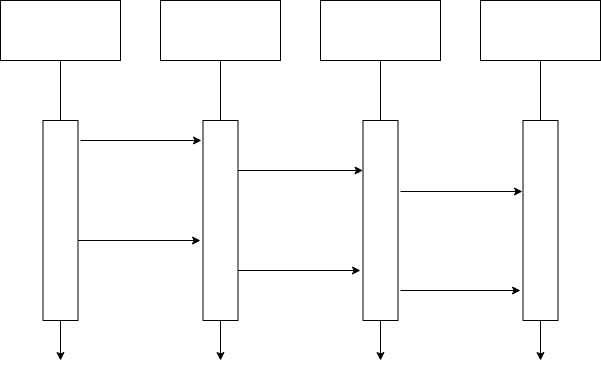
Before: Sequence Diagram.drawio.png, a diagram exported from draw.io (ThenmozhiBalasubramanian/mcaProjectDiagram). Source tidied: cells renumbered, new cells last; positions are measured from the earlier drawing's top-left corner, leaving out a move shared by most shapes.
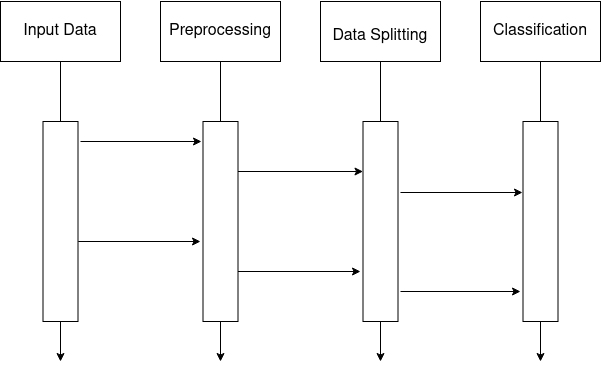
Later version of the same file.

What changed in the source:
```diff
@@ -1,4 +1,4 @@
-<mxGraphModel>
+<mxGraphModel background="#FFFFFF">
   <root>
     <mxCell id="0" />
     <mxCell id="1" parent="0" />
@@ -90,5 +90,17 @@
     <mxCell id="23" style="endArrow=none;html=1;rounded=0;exitX=0.5;exitY=0;exitDx=0;exitDy=0;entryX=0.5;entryY=1;entryDx=0;entryDy=0;" parent="1" edge="1" source="9" target="5">
       <mxGeometry relative="1" as="geometry" />
     </mxCell>
+    <mxCell id="24" value="&lt;h4&gt;&lt;font size=&quot;1&quot;&gt;&lt;span style=&quot;font-weight: normal; font-size: 16px;&quot;&gt;Classification&lt;/span&gt;&lt;/font&gt;&lt;/h4&gt;" style="text;html=1;strokeColor=none;fillColor=none;align=center;verticalAlign=middle;whiteSpace=wrap;rounded=0;" parent="1" vertex="1">
+      <mxGeometry x="510" y="15" width="60" height="30" as="geometry" />
+    </mxCell>
+    <mxCell id="25" value="&lt;h4 style=&quot;font-size: 16px;&quot;&gt;&lt;font style=&quot;font-size: 16px;&quot;&gt;&lt;span style=&quot;font-weight: normal;&quot;&gt;Data Splitting&lt;/span&gt;&lt;/font&gt;&lt;/h4&gt;" style="text;html=1;strokeColor=none;fillColor=none;align=center;verticalAlign=middle;whiteSpace=wrap;rounded=0;" parent="1" vertex="1">
+      <mxGeometry x="330" y="20" width="100" height="30" as="geometry" />
+    </mxCell>
+    <mxCell id="26" value="&lt;h4&gt;&lt;font style=&quot;font-size: 16px;&quot;&gt;&lt;span style=&quot;font-weight: normal;&quot;&gt;Preprocessing&lt;/span&gt;&lt;/font&gt;&lt;/h4&gt;" style="text;html=1;strokeColor=none;fillColor=none;align=center;verticalAlign=middle;whiteSpace=wrap;rounded=0;" parent="1" vertex="1">
+      <mxGeometry x="190" y="15" width="60" height="30" as="geometry" />
+    </mxCell>
+    <mxCell id="27" value="&lt;h4 style=&quot;font-size: 16px;&quot;&gt;&lt;font style=&quot;font-size: 16px;&quot;&gt;&lt;span style=&quot;font-weight: normal;&quot;&gt;Input Data&lt;/span&gt;&lt;/font&gt;&lt;/h4&gt;" style="text;html=1;strokeColor=none;fillColor=none;align=center;verticalAlign=middle;whiteSpace=wrap;rounded=0;" parent="1" vertex="1">
+      <mxGeometry x="20" y="15" width="80" height="30" as="geometry" />
+    </mxCell>
   </root>
 </mxGraphModel>
```
